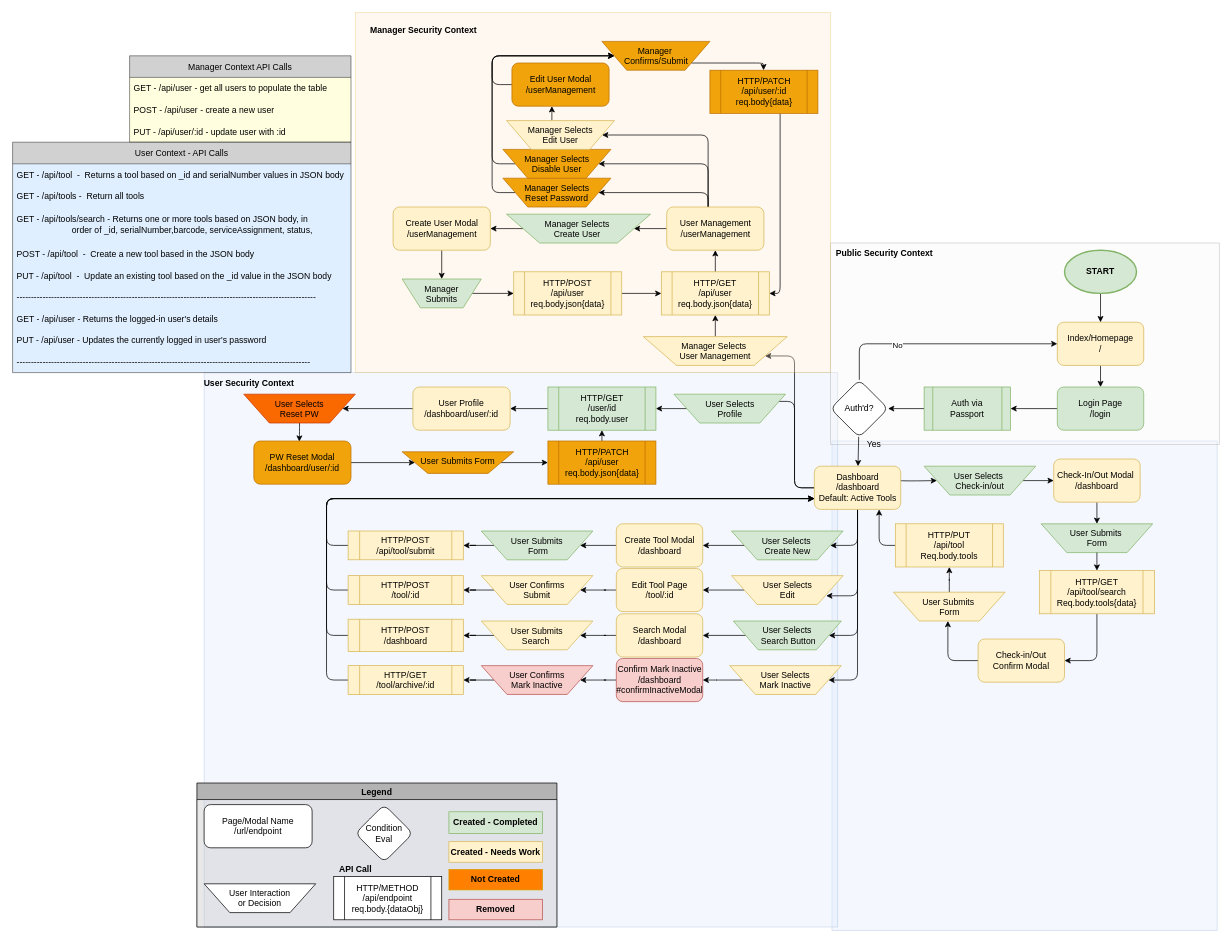
Before: designDocument/apiTree.drawio in DaveLuhman/toolkeeper, a draw.io diagram. Source tidied: cells renumbered, new cells numbered last; positions are measured from the earlier drawing's top-left corner, leaving out a move shared by most shapes. Both pictures are drawn from the tidied source at 72%, with x=0, y=0 at pixel (12, 12).
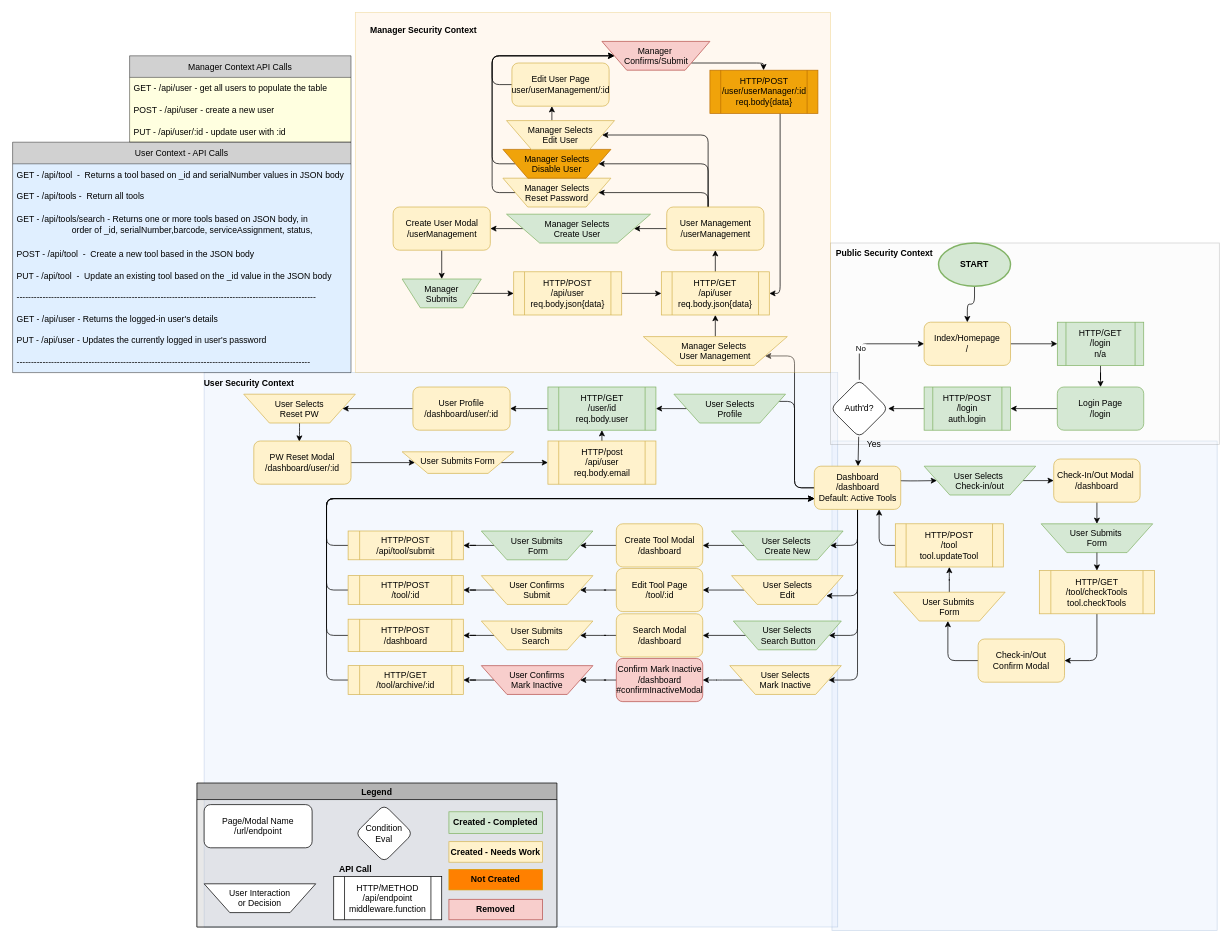
After the change.

Unchanged cells that the change refers to:
```xml
<mxCell id="21" value="Login Page&lt;br&gt;/login" style="whiteSpace=wrap;html=1;rounded=1;fillColor=#d5e8d4;strokeColor=#82b366;" parent="1" vertex="1">
  <mxGeometry x="1451" y="520" width="120" height="60" as="geometry" />
</mxCell>
<mxCell id="64" value="Legend" style="swimlane;fillColor=#B3B3B3;" parent="1" vertex="1">
  <mxGeometry x="256" y="1070" width="500" height="200" as="geometry" />
</mxCell>
```

Change to the diagram source:
```diff
@@
-    <mxCell id="18" style="edgeStyle=none;html=1;" parent="1" edge="1" source="19" target="21">
-      <mxGeometry relative="1" as="geometry" />
-    </mxCell>
+    <mxCell id="144" style="edgeStyle=orthogonalEdgeStyle;rounded=0;jettySize=auto;html=1;" parent="1" edge="1" source="19" target="146">
+      <mxGeometry relative="1" as="geometry" />
+    </mxCell>
     <mxCell id="19" value="Index/Homepage&lt;br&gt;/" style="whiteSpace=wrap;html=1;rounded=1;fillColor=#fff2cc;strokeColor=#d6b656;" parent="1" vertex="1">
-      <mxGeometry x="1451" y="430" width="120" height="60" as="geometry" />
+      <mxGeometry x="1266" y="430" width="120" height="60" as="geometry" />
     </mxCell>
@@
-    <mxCell id="23" value="Auth via Passport" style="shape=process;whiteSpace=wrap;html=1;backgroundOutline=1;fillColor=#d5e8d4;strokeColor=#82b366;" parent="1" vertex="1">
+    <mxCell id="23" value="HTTP/POST&lt;br&gt;/login&lt;br&gt;auth.login" style="shape=process;whiteSpace=wrap;html=1;backgroundOutline=1;fillColor=#d5e8d4;strokeColor=#82b366;" parent="1" vertex="1">
       <mxGeometry x="1266" y="520" width="120" height="60" as="geometry" />
     </mxCell>
@@
-    <mxCell id="39" value="HTTP/GET&lt;br&gt;/api/tool/search&lt;br&gt;Req.body.tools{data}" style="shape=process;whiteSpace=wrap;html=1;backgroundOutline=1;fillColor=#fff2cc;strokeColor=#d6b656;" parent="1" vertex="1">
+    <mxCell id="39" value="HTTP/GET&lt;br&gt;/tool/checkTools&lt;br&gt;tool.checkTools" style="shape=process;whiteSpace=wrap;html=1;backgroundOutline=1;fillColor=#fff2cc;strokeColor=#d6b656;" parent="1" vertex="1">
       <mxGeometry x="1426" y="775" width="160" height="60" as="geometry" />
     </mxCell>
@@
-    <mxCell id="45" value="HTTP/PUT&lt;br&gt;/api/tool&lt;br&gt;Req.body.tools" style="shape=process;whiteSpace=wrap;html=1;backgroundOutline=1;fillColor=#fff2cc;strokeColor=#d6b656;size=0.1;" parent="1" vertex="1">
+    <mxCell id="45" value="HTTP/POST&lt;br&gt;/tool&lt;br&gt;tool.updateTool" style="shape=process;whiteSpace=wrap;html=1;backgroundOutline=1;fillColor=#fff2cc;strokeColor=#d6b656;size=0.1;" parent="1" vertex="1">
       <mxGeometry x="1226" y="710" width="150" height="60" as="geometry" />
     </mxCell>
@@
     <mxCell id="55" value="&lt;b&gt;START&lt;/b&gt;" style="strokeWidth=2;html=1;shape=mxgraph.flowchart.start_1;whiteSpace=wrap;fillColor=#d5e8d4;strokeColor=#82b366;" parent="1" vertex="1">
-      <mxGeometry x="1461" y="330" width="100" height="60" as="geometry" />
+      <mxGeometry x="1286" y="320" width="100" height="60" as="geometry" />
     </mxCell>
@@
-    <mxCell id="63" value="User Selects&lt;br&gt;Reset PW" style="verticalLabelPosition=middle;verticalAlign=top;html=1;shape=trapezoid;perimeter=trapezoidPerimeter;whiteSpace=wrap;size=0.23;arcSize=10;flipV=1;labelPosition=center;align=center;fontFamily=Helvetica;fontSize=12;fontColor=#000000;strokeColor=#C73500;fillColor=#fa6800;" parent="1" vertex="1">
+    <mxCell id="63" value="User Selects&lt;br&gt;Reset PW" style="verticalLabelPosition=middle;verticalAlign=top;html=1;shape=trapezoid;perimeter=trapezoidPerimeter;whiteSpace=wrap;size=0.23;arcSize=10;flipV=1;labelPosition=center;align=center;fontFamily=Helvetica;fontSize=12;strokeColor=#d6b656;fillColor=#fff2cc;" parent="1" vertex="1">
       <mxGeometry x="321" y="530" width="155" height="40" as="geometry" />
     </mxCell>
@@
-    <mxCell id="69" value="HTTP/METHOD&lt;br&gt;/api/endpoint&lt;br&gt;req.body.{dataObj}" style="shape=process;whiteSpace=wrap;html=1;backgroundOutline=1;" parent="64" vertex="1">
+    <mxCell id="69" value="HTTP/METHOD&lt;br&gt;/api/endpoint&lt;br&gt;middleware.function" style="shape=process;whiteSpace=wrap;html=1;backgroundOutline=1;" parent="64" vertex="1">
       <mxGeometry x="190" y="130" width="150" height="60" as="geometry" />
     </mxCell>
@@
-    <mxCell id="76" value="PW Reset Modal&lt;br&gt;/dashboard/user/:id" style="whiteSpace=wrap;html=1;rounded=1;fillColor=#f0a30a;fontColor=#000000;strokeColor=#BD7000;" parent="1" vertex="1">
+    <mxCell id="76" value="PW Reset Modal&lt;br&gt;/dashboard/user/:id" style="whiteSpace=wrap;html=1;rounded=1;fillColor=#fff2cc;strokeColor=#d6b656;" parent="1" vertex="1">
       <mxGeometry x="335" y="595" width="135" height="60" as="geometry" />
     </mxCell>
@@
-    <mxCell id="78" value="User Submits Form" style="verticalLabelPosition=middle;verticalAlign=top;html=1;shape=trapezoid;perimeter=trapezoidPerimeter;whiteSpace=wrap;size=0.23;arcSize=10;flipV=1;labelPosition=center;align=center;fontFamily=Helvetica;fontSize=12;fontColor=#000000;strokeColor=#BD7000;fillColor=#f0a30a;" parent="1" vertex="1">
+    <mxCell id="78" value="User Submits Form" style="verticalLabelPosition=middle;verticalAlign=top;html=1;shape=trapezoid;perimeter=trapezoidPerimeter;whiteSpace=wrap;size=0.23;arcSize=10;flipV=1;labelPosition=center;align=center;fontFamily=Helvetica;fontSize=12;strokeColor=#d6b656;fillColor=#fff2cc;" parent="1" vertex="1">
       <mxGeometry x="541" y="610" width="155" height="30" as="geometry" />
     </mxCell>
@@
-    <mxCell id="80" value="HTTP/PATCH&lt;br&gt;/api/user&lt;br&gt;req.body.json{data}" style="shape=process;whiteSpace=wrap;html=1;backgroundOutline=1;fillColor=#f0a30a;fontColor=#000000;strokeColor=#BD7000;" parent="1" vertex="1">
+    <mxCell id="80" value="HTTP/post&lt;br&gt;/api/user&lt;br&gt;req.body.email" style="shape=process;whiteSpace=wrap;html=1;backgroundOutline=1;fillColor=#fff2cc;strokeColor=#d6b656;" parent="1" vertex="1">
       <mxGeometry x="743.5" y="595" width="150" height="60" as="geometry" />
     </mxCell>
@@
-    <mxCell id="103" value="Manager Selects&lt;br&gt;Reset Password" style="verticalLabelPosition=middle;verticalAlign=top;html=1;shape=trapezoid;perimeter=trapezoidPerimeter;whiteSpace=wrap;size=0.23;arcSize=10;flipV=1;labelPosition=center;align=center;fontFamily=Helvetica;fontSize=12;fontColor=#000000;strokeColor=#BD7000;fillColor=#f0a30a;" parent="1" vertex="1">
+    <mxCell id="103" value="Manager Selects&lt;br&gt;Reset Password" style="verticalLabelPosition=middle;verticalAlign=top;html=1;shape=trapezoid;perimeter=trapezoidPerimeter;whiteSpace=wrap;size=0.23;arcSize=10;flipV=1;labelPosition=center;align=center;fontFamily=Helvetica;fontSize=12;strokeColor=#d6b656;fillColor=#fff2cc;" parent="1" vertex="1">
       <mxGeometry x="681" y="230" width="150" height="40" as="geometry" />
     </mxCell>
@@
-    <mxCell id="109" value="Edit User Modal&lt;br&gt;/userManagement" style="whiteSpace=wrap;html=1;rounded=1;fillColor=#f0a30a;strokeColor=#BD7000;fontColor=#000000;" parent="1" vertex="1">
+    <mxCell id="109" value="Edit User Page&lt;br&gt;user/userManagement/:id" style="whiteSpace=wrap;html=1;rounded=1;fillColor=#fff2cc;strokeColor=#d6b656;" parent="1" vertex="1">
       <mxGeometry x="693.5" y="70" width="135" height="60" as="geometry" />
     </mxCell>
@@
-    <mxCell id="111" value="Manager&amp;nbsp;&lt;br&gt;Confirms/Submit" style="verticalLabelPosition=middle;verticalAlign=top;html=1;shape=trapezoid;perimeter=trapezoidPerimeter;whiteSpace=wrap;size=0.23;arcSize=10;flipV=1;labelPosition=center;align=center;fontFamily=Helvetica;fontSize=12;fontColor=#000000;strokeColor=#BD7000;fillColor=#f0a30a;" parent="1" vertex="1">
+    <mxCell id="111" value="Manager&amp;nbsp;&lt;br&gt;Confirms/Submit" style="verticalLabelPosition=middle;verticalAlign=top;html=1;shape=trapezoid;perimeter=trapezoidPerimeter;whiteSpace=wrap;size=0.23;arcSize=10;flipV=1;labelPosition=center;align=center;fontFamily=Helvetica;fontSize=12;strokeColor=#b85450;fillColor=#f8cecc;" parent="1" vertex="1">
       <mxGeometry x="818.5" y="40" width="150" height="40" as="geometry" />
     </mxCell>
@@
-    <mxCell id="113" value="HTTP/PATCH&lt;br&gt;/api/user/:id&lt;br&gt;req.body{data}" style="shape=process;whiteSpace=wrap;html=1;backgroundOutline=1;fillColor=#f0a30a;fontColor=#000000;strokeColor=#BD7000;" parent="1" vertex="1">
+    <mxCell id="113" value="HTTP/POST&lt;br&gt;/user/userManager/:id&lt;br&gt;req.body{data}" style="shape=process;whiteSpace=wrap;html=1;backgroundOutline=1;fillColor=#f0a30a;fontColor=#000000;strokeColor=#BD7000;" parent="1" vertex="1">
       <mxGeometry x="968.5" y="80" width="150" height="60" as="geometry" />
     </mxCell>
@@
+    <mxCell id="145" style="edgeStyle=orthogonalEdgeStyle;rounded=0;jettySize=auto;html=1;" parent="1" edge="1" source="146" target="21">
+      <mxGeometry relative="1" as="geometry" />
+    </mxCell>
+    <mxCell id="146" value="HTTP/GET&lt;br&gt;/login&lt;br&gt;n/a" style="shape=process;whiteSpace=wrap;html=1;backgroundOutline=1;fillColor=#d5e8d4;strokeColor=#82b366;" parent="1" vertex="1">
+      <mxGeometry x="1451" y="430" width="120" height="60" as="geometry" />
+    </mxCell>
```
